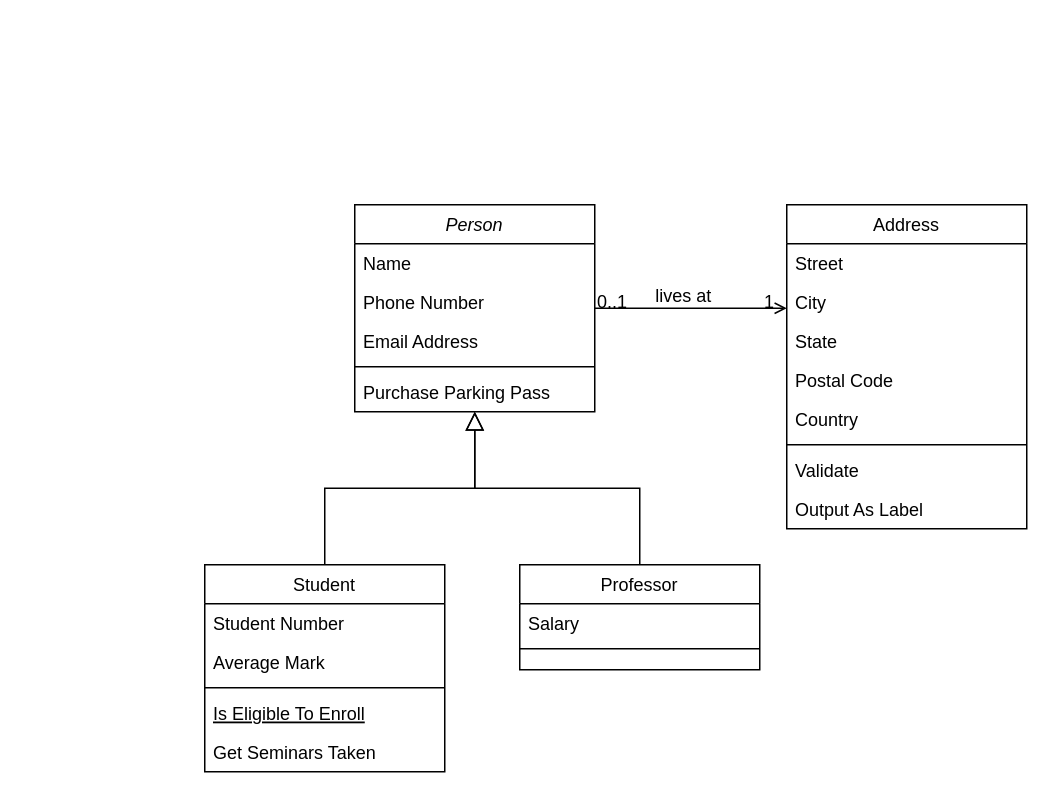
Earlier version of the draw.io diagram SchoolManagementTableDraft.drawio (Mensurui/shiny-barnacle). Source tidied: cells renumbered, new cells numbered last; positions are measured from the earlier drawing's top-left corner, leaving out a move shared by most shapes. Both pictures are drawn from the tidied source at 150%, with x=0, y=0 at pixel (204, 204).
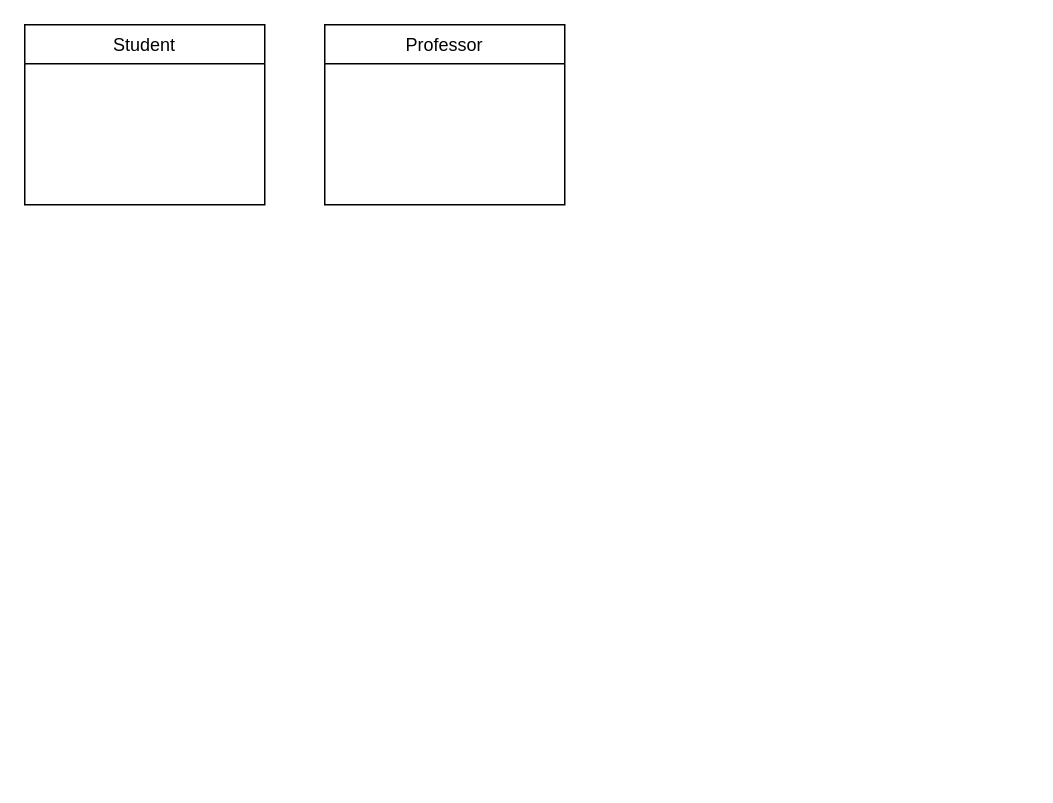
After the change.

Diff of the diagram source:
```diff
@@
-    <mxCell id="2" value="Person" style="swimlane;fontStyle=2;align=center;verticalAlign=top;horizontal=1;startSize=26;rounded=0;shadow=0;strokeWidth=1;" parent="1" vertex="1">
-      <mxGeometry x="100" width="160" height="138" as="geometry" />
-    </mxCell>
-    <mxCell id="3" value="Name" style="text;align=left;verticalAlign=top;spacingLeft=4;spacingRight=4;overflow=hidden;" parent="2" vertex="1">
-      <mxGeometry y="26" width="160" height="26" as="geometry" />
-    </mxCell>
-    <mxCell id="4" value="Phone Number" style="text;align=left;verticalAlign=top;spacingLeft=4;spacingRight=4;overflow=hidden;rounded=0;shadow=0;html=0;" parent="2" vertex="1">
-      <mxGeometry y="52" width="160" height="26" as="geometry" />
-    </mxCell>
-    <mxCell id="5" value="Email Address" style="text;align=left;verticalAlign=top;spacingLeft=4;spacingRight=4;overflow=hidden;rounded=0;shadow=0;html=0;" parent="2" vertex="1">
-      <mxGeometry y="78" width="160" height="26" as="geometry" />
-    </mxCell>
-    <mxCell id="6" style="line;html=1;strokeWidth=1;align=left;verticalAlign=middle;spacingTop=-1;spacingLeft=3;spacingRight=3;labelPosition=right;" parent="2" vertex="1">
-      <mxGeometry y="104" width="160" height="8" as="geometry" />
-    </mxCell>
-    <mxCell id="7" value="Purchase Parking Pass" style="text;align=left;verticalAlign=top;spacingLeft=4;spacingRight=4;overflow=hidden;" parent="2" vertex="1">
-      <mxGeometry y="112" width="160" height="26" as="geometry" />
-    </mxCell>
     <mxCell id="8" value="Student" style="swimlane;fontStyle=0;align=center;verticalAlign=top;horizontal=1;startSize=26;rounded=0;shadow=0;strokeWidth=1;" parent="1" vertex="1">
-      <mxGeometry y="240" width="160" height="138" as="geometry" />
+      <mxGeometry x="-120" y="-120" width="160" height="120" as="geometry" />
     </mxCell>
-    <mxCell id="9" value="Student Number" style="text;align=left;verticalAlign=top;spacingLeft=4;spacingRight=4;overflow=hidden;" parent="8" vertex="1">
-      <mxGeometry y="26" width="160" height="26" as="geometry" />
-    </mxCell>
-    <mxCell id="10" value="Average Mark" style="text;align=left;verticalAlign=top;spacingLeft=4;spacingRight=4;overflow=hidden;rounded=0;shadow=0;html=0;" parent="8" vertex="1">
-      <mxGeometry y="52" width="160" height="26" as="geometry" />
-    </mxCell>
-    <mxCell id="11" style="line;html=1;strokeWidth=1;align=left;verticalAlign=middle;spacingTop=-1;spacingLeft=3;spacingRight=3;labelPosition=right;" parent="8" vertex="1">
-      <mxGeometry y="78" width="160" height="8" as="geometry" />
-    </mxCell>
-    <mxCell id="12" value="Is Eligible To Enroll" style="text;align=left;verticalAlign=top;spacingLeft=4;spacingRight=4;overflow=hidden;fontStyle=4;" parent="8" vertex="1">
-      <mxGeometry y="86" width="160" height="26" as="geometry" />
-    </mxCell>
-    <mxCell id="13" value="Get Seminars Taken" style="text;align=left;verticalAlign=top;spacingLeft=4;spacingRight=4;overflow=hidden;" parent="8" vertex="1">
-      <mxGeometry y="112" width="160" height="26" as="geometry" />
-    </mxCell>
-    <mxCell id="14" style="endArrow=block;endSize=10;endFill=0;shadow=0;strokeWidth=1;rounded=0;curved=0;edgeStyle=elbowEdgeStyle;elbow=vertical;" parent="1" edge="1" source="8" target="2">
-      <mxGeometry relative="1" as="geometry" />
-    </mxCell>
     <mxCell id="15" value="Professor" style="swimlane;fontStyle=0;align=center;verticalAlign=top;horizontal=1;startSize=26;rounded=0;shadow=0;strokeWidth=1;" parent="1" vertex="1">
-      <mxGeometry x="210" y="240" width="160" height="70" as="geometry" />
+      <mxGeometry x="80" y="-120" width="160" height="120" as="geometry" />
     </mxCell>
-    <mxCell id="16" value="Salary" style="text;align=left;verticalAlign=top;spacingLeft=4;spacingRight=4;overflow=hidden;" parent="15" vertex="1">
-      <mxGeometry y="26" width="160" height="26" as="geometry" />
-    </mxCell>
-    <mxCell id="17" style="line;html=1;strokeWidth=1;align=left;verticalAlign=middle;spacingTop=-1;spacingLeft=3;spacingRight=3;labelPosition=right;" parent="15" vertex="1">
-      <mxGeometry y="52" width="160" height="8" as="geometry" />
-    </mxCell>
-    <mxCell id="18" style="endArrow=block;endSize=10;endFill=0;shadow=0;strokeWidth=1;rounded=0;curved=0;edgeStyle=elbowEdgeStyle;elbow=vertical;" parent="1" edge="1" source="15" target="2">
-      <mxGeometry relative="1" as="geometry" />
-    </mxCell>
-    <mxCell id="19" value="Address" style="swimlane;fontStyle=0;align=center;verticalAlign=top;horizontal=1;startSize=26;rounded=0;shadow=0;strokeWidth=1;" parent="1" vertex="1">
-      <mxGeometry x="388" width="160" height="216" as="geometry" />
-    </mxCell>
-    <mxCell id="20" value="Street" style="text;align=left;verticalAlign=top;spacingLeft=4;spacingRight=4;overflow=hidden;" parent="19" vertex="1">
-      <mxGeometry y="26" width="160" height="26" as="geometry" />
-    </mxCell>
-    <mxCell id="21" value="City" style="text;align=left;verticalAlign=top;spacingLeft=4;spacingRight=4;overflow=hidden;rounded=0;shadow=0;html=0;" parent="19" vertex="1">
-      <mxGeometry y="52" width="160" height="26" as="geometry" />
-    </mxCell>
-    <mxCell id="22" value="State" style="text;align=left;verticalAlign=top;spacingLeft=4;spacingRight=4;overflow=hidden;rounded=0;shadow=0;html=0;" parent="19" vertex="1">
-      <mxGeometry y="78" width="160" height="26" as="geometry" />
-    </mxCell>
-    <mxCell id="23" value="Postal Code" style="text;align=left;verticalAlign=top;spacingLeft=4;spacingRight=4;overflow=hidden;rounded=0;shadow=0;html=0;" parent="19" vertex="1">
-      <mxGeometry y="104" width="160" height="26" as="geometry" />
-    </mxCell>
-    <mxCell id="24" value="Country" style="text;align=left;verticalAlign=top;spacingLeft=4;spacingRight=4;overflow=hidden;rounded=0;shadow=0;html=0;" parent="19" vertex="1">
-      <mxGeometry y="130" width="160" height="26" as="geometry" />
-    </mxCell>
-    <mxCell id="25" style="line;html=1;strokeWidth=1;align=left;verticalAlign=middle;spacingTop=-1;spacingLeft=3;spacingRight=3;labelPosition=right;" parent="19" vertex="1">
-      <mxGeometry y="156" width="160" height="8" as="geometry" />
-    </mxCell>
-    <mxCell id="26" value="Validate" style="text;align=left;verticalAlign=top;spacingLeft=4;spacingRight=4;overflow=hidden;" parent="19" vertex="1">
-      <mxGeometry y="164" width="160" height="26" as="geometry" />
-    </mxCell>
-    <mxCell id="27" value="Output As Label" style="text;align=left;verticalAlign=top;spacingLeft=4;spacingRight=4;overflow=hidden;" parent="19" vertex="1">
-      <mxGeometry y="190" width="160" height="26" as="geometry" />
-    </mxCell>
-    <mxCell id="28" style="endArrow=open;shadow=0;strokeWidth=1;rounded=0;curved=0;endFill=1;edgeStyle=elbowEdgeStyle;elbow=vertical;" parent="1" edge="1" source="2" target="19">
-      <mxGeometry x="0.5" y="41" relative="1" as="geometry">
-        <mxPoint x="-40" y="32" as="offset" />
-      </mxGeometry>
-    </mxCell>
-    <mxCell id="29" value="0..1" style="align=left;verticalAlign=bottom;labelBackgroundColor=none;fontSize=12;" parent="28" vertex="1">
-      <mxGeometry x="-1" relative="1" as="geometry">
-        <mxPoint y="4" as="offset" />
-      </mxGeometry>
-    </mxCell>
-    <mxCell id="30" value="1" style="align=right;verticalAlign=bottom;labelBackgroundColor=none;fontSize=12;" parent="28" vertex="1">
-      <mxGeometry x="1" relative="1" as="geometry">
-        <mxPoint x="-7" y="4" as="offset" />
-      </mxGeometry>
-    </mxCell>
-    <mxCell id="31" value="lives at" style="text;html=1;align=center;verticalAlign=middle;labelBackgroundColor=none;rounded=0;shadow=0;strokeWidth=1;fontSize=12;" parent="28" vertex="1">
-      <mxGeometry x="0.5" y="49" relative="1" as="geometry">
-        <mxPoint x="-38" y="40" as="offset" />
-      </mxGeometry>
-    </mxCell>
```
